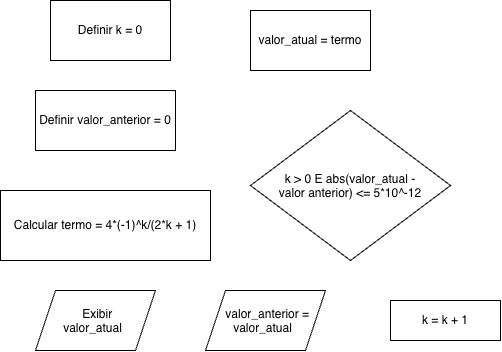
This is pratica0/Exercício 13 - Séries numéricas.drawio.png from Disciplinas-GN/Classroom_UFMG_Fundamentos_Programacao, a draw.io export, as it was before one commit. Source tidied: cells renumbered, new cells last; positions are measured from the earlier drawing's top-left corner, leaving out a move shared by most shapes.
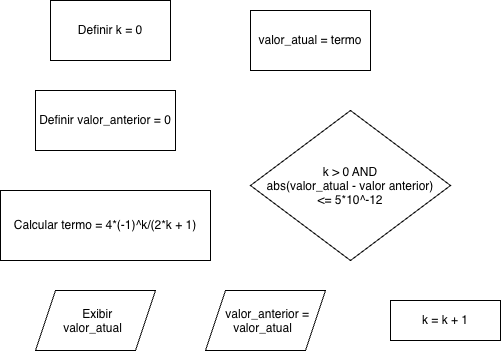
Later version of the same file.

Diff of the diagram source:
```diff
@@ -14,7 +14,7 @@
     <mxCell id="5" value="valor_atual = termo" style="rounded=0;whiteSpace=wrap;html=1;" parent="1" vertex="1">
       <mxGeometry x="250" y="10" width="120" height="60" as="geometry" />
     </mxCell>
-    <mxCell id="6" value="k &amp;gt; 0 E abs(valor_atual - valor anterior) &amp;lt;= 5*10^-12" style="rhombus;whiteSpace=wrap;html=1;shapeInside=1;" parent="1" vertex="1">
+    <mxCell id="6" value="k &amp;gt; 0 AND abs(valor_atual - valor anterior) &amp;lt;= 5*10^-12" style="rhombus;whiteSpace=wrap;html=1;shapeInside=1;" parent="1" vertex="1">
       <mxGeometry x="250" y="110" width="200" height="150" as="geometry" />
     </mxCell>
     <mxCell id="7" value="Exibir valor_atual" style="shape=parallelogram;perimeter=parallelogramPerimeter;whiteSpace=wrap;html=1;shapeInside=1;fixedSize=1;" parent="1" vertex="1">
```
